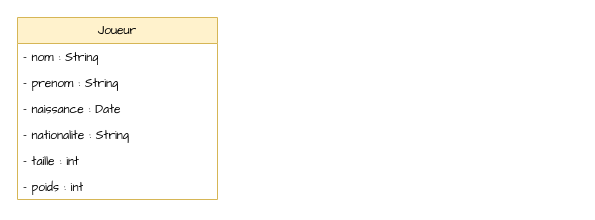
Earlier version of the draw.io diagram diagramme_classes.drawio (alexandrerahir/PulseCoaching). Source tidied: cells renumbered, new cells numbered last; positions are measured from the earlier drawing's top-left corner, leaving out a move shared by most shapes. Both pictures are drawn from the tidied source at 100%, with x=0, y=0 at pixel (17, 17).
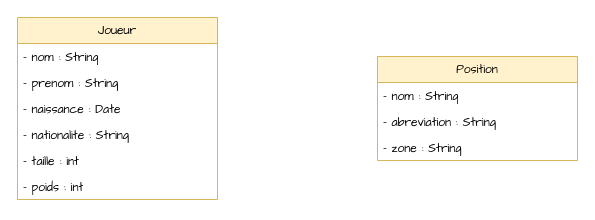
After the change.

Diff of the diagram source:
```diff
@@
 <mxGraphModel>
   <root>
     <mxCell id="0" />
     <mxCell id="1" parent="0" />
     <mxCell id="2" value="&lt;font face=&quot;Comic Sans MS&quot;&gt;Joueur&lt;/font&gt;" style="swimlane;fontStyle=0;horizontal=1;startSize=26;fillColor=#fff2cc;whiteSpace=wrap;html=1;strokeColor=#d6b656;" parent="1" vertex="1">
       <mxGeometry width="200" height="182" as="geometry" />
     </mxCell>
     <mxCell id="3" value="&lt;font style=&quot;&quot; face=&quot;Comic Sans MS&quot;&gt;- nom : String&lt;/font&gt;" style="text;strokeColor=none;fillColor=none;align=left;verticalAlign=top;spacingLeft=4;spacingRight=4;overflow=hidden;whiteSpace=wrap;html=1;" parent="2" vertex="1">
       <mxGeometry y="26" width="200" height="26" as="geometry" />
     </mxCell>
     <mxCell id="4" value="&lt;font face=&quot;Comic Sans MS&quot;&gt;- prenom : String&lt;/font&gt;" style="text;strokeColor=none;fillColor=none;align=left;verticalAlign=top;spacingLeft=4;spacingRight=4;overflow=hidden;whiteSpace=wrap;html=1;" parent="2" vertex="1">
       <mxGeometry y="52" width="200" height="26" as="geometry" />
     </mxCell>
     <mxCell id="5" value="&lt;font face=&quot;Comic Sans MS&quot;&gt;- naissance : Date&lt;/font&gt;" style="text;strokeColor=none;fillColor=none;align=left;verticalAlign=top;spacingLeft=4;spacingRight=4;overflow=hidden;whiteSpace=wrap;html=1;" parent="2" vertex="1">
       <mxGeometry y="78" width="200" height="26" as="geometry" />
     </mxCell>
     <mxCell id="6" value="&lt;font face=&quot;Comic Sans MS&quot;&gt;- nationalite : String&lt;/font&gt;" style="text;strokeColor=none;fillColor=none;align=left;verticalAlign=top;spacingLeft=4;spacingRight=4;overflow=hidden;whiteSpace=wrap;html=1;" parent="2" vertex="1">
       <mxGeometry y="104" width="200" height="26" as="geometry" />
     </mxCell>
     <mxCell id="7" value="&lt;font face=&quot;Comic Sans MS&quot;&gt;- taille : int&lt;/font&gt;" style="text;strokeColor=none;fillColor=none;align=left;verticalAlign=top;spacingLeft=4;spacingRight=4;overflow=hidden;whiteSpace=wrap;html=1;" parent="2" vertex="1">
       <mxGeometry y="130" width="200" height="26" as="geometry" />
     </mxCell>
     <mxCell id="8" value="&lt;font face=&quot;Comic Sans MS&quot;&gt;- poids : int&lt;/font&gt;" style="text;strokeColor=none;fillColor=none;align=left;verticalAlign=top;spacingLeft=4;spacingRight=4;overflow=hidden;whiteSpace=wrap;html=1;" parent="2" vertex="1">
       <mxGeometry y="156" width="200" height="26" as="geometry" />
     </mxCell>
+    <mxCell id="9" value="&lt;font face=&quot;Comic Sans MS&quot;&gt;Position&lt;/font&gt;" style="swimlane;fontStyle=0;horizontal=1;startSize=26;fillColor=#fff2cc;whiteSpace=wrap;html=1;strokeColor=#d6b656;" parent="1" vertex="1">
+      <mxGeometry x="360" y="39" width="200" height="104" as="geometry" />
+    </mxCell>
+    <mxCell id="10" value="&lt;font style=&quot;&quot; face=&quot;Comic Sans MS&quot;&gt;- nom : String&lt;/font&gt;" style="text;strokeColor=none;fillColor=none;align=left;verticalAlign=top;spacingLeft=4;spacingRight=4;overflow=hidden;whiteSpace=wrap;html=1;" parent="9" vertex="1">
+      <mxGeometry y="26" width="200" height="26" as="geometry" />
+    </mxCell>
+    <mxCell id="11" value="&lt;font style=&quot;&quot; face=&quot;Comic Sans MS&quot;&gt;- abreviation : String&lt;/font&gt;" style="text;strokeColor=none;fillColor=none;align=left;verticalAlign=top;spacingLeft=4;spacingRight=4;overflow=hidden;whiteSpace=wrap;html=1;" parent="9" vertex="1">
+      <mxGeometry y="52" width="200" height="26" as="geometry" />
+    </mxCell>
+    <mxCell id="12" value="&lt;font style=&quot;&quot; face=&quot;Comic Sans MS&quot;&gt;- zone : String&lt;/font&gt;" style="text;strokeColor=none;fillColor=none;align=left;verticalAlign=top;spacingLeft=4;spacingRight=4;overflow=hidden;whiteSpace=wrap;html=1;" parent="9" vertex="1">
+      <mxGeometry y="78" width="200" height="26" as="geometry" />
+    </mxCell>
   </root>
 </mxGraphModel>
```
